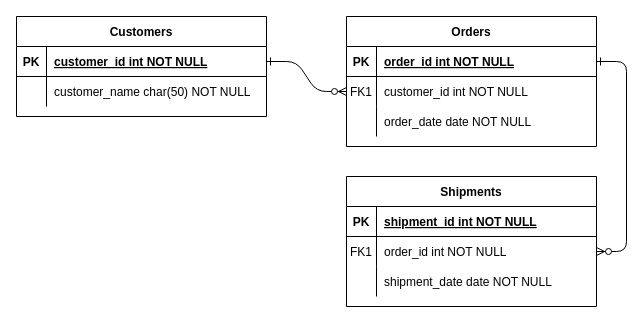
Before: Diagrama sin título.drawio in kiloZ333/kiloZ333, a draw.io diagram. Source tidied: cells renumbered, new cells numbered last; positions are measured from the earlier drawing's top-left corner, leaving out a move shared by most shapes. Both pictures are drawn from the tidied source at 100%, with x=0, y=0 at pixel (16, 16).
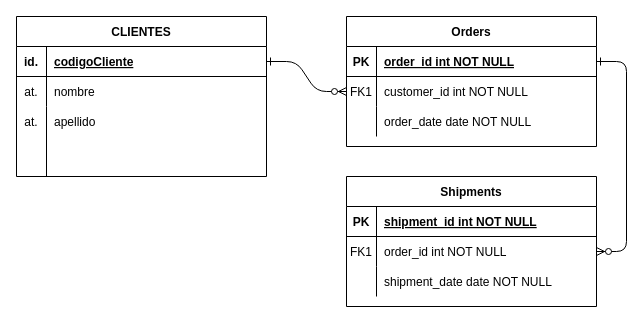
The same diagram, later.

Commit message:
Diagrama ENTIDAD-RELACION FACOMAS.drawio

The change refers to these unchanged cells:
```xml
<mxCell id="25" style="shape=partialRectangle;fillColor=none;points=[[0,0.5],[1,0.5]];portConstraint=eastwest;top=0;left=0;right=0;bottom=1;" parent="24" vertex="1">
  <mxGeometry y="30" width="250" height="30" as="geometry" />
</mxCell>
<mxCell id="28" style="shape=partialRectangle;fillColor=none;top=0;left=0;right=0;bottom=0;" parent="24" vertex="1">
  <mxGeometry y="60" width="250" height="30" as="geometry" />
</mxCell>
```

Diff of the diagram source:
```diff
@@
-    <mxCell id="24" value="Customers" style="shape=table;startSize=30;childLayout=tableLayout;rowLines=0;fontStyle=1;align=center;" parent="1" vertex="1">
-      <mxGeometry width="250" height="100" as="geometry" />
+    <mxCell id="24" value="CLIENTES" style="shape=table;startSize=30;childLayout=tableLayout;rowLines=0;fontStyle=1;align=center;" parent="1" vertex="1">
+      <mxGeometry width="250" height="160" as="geometry" />
     </mxCell>
@@
-    <mxCell id="26" value="PK" style="shape=partialRectangle;overflow=hidden;fillColor=none;top=0;left=0;bottom=0;right=0;fontStyle=1;" parent="25" vertex="1">
+    <mxCell id="26" value="id." style="shape=partialRectangle;overflow=hidden;fillColor=none;top=0;left=0;bottom=0;right=0;fontStyle=1;" parent="25" vertex="1">
       <mxGeometry width="30" height="30" as="geometry" />
     </mxCell>
-    <mxCell id="27" value="customer_id int NOT NULL " style="shape=partialRectangle;overflow=hidden;fillColor=none;top=0;left=0;bottom=0;right=0;align=left;spacingLeft=6;fontStyle=5;" parent="25" vertex="1">
+    <mxCell id="27" value="codigoCliente" style="shape=partialRectangle;overflow=hidden;fillColor=none;top=0;left=0;bottom=0;right=0;align=left;spacingLeft=6;fontStyle=5;" parent="25" vertex="1">
       <mxGeometry x="30" width="220" height="30" as="geometry" />
     </mxCell>
@@
-    <mxCell id="29" style="shape=partialRectangle;overflow=hidden;fillColor=none;top=0;left=0;bottom=0;right=0;" parent="28" vertex="1">
+    <mxCell id="29" value="at." style="shape=partialRectangle;overflow=hidden;fillColor=none;top=0;left=0;bottom=0;right=0;" parent="28" vertex="1">
       <mxGeometry width="30" height="30" as="geometry" />
     </mxCell>
-    <mxCell id="30" value="customer_name char(50) NOT NULL" style="shape=partialRectangle;overflow=hidden;fillColor=none;top=0;left=0;bottom=0;right=0;align=left;spacingLeft=6;" parent="28" vertex="1">
+    <mxCell id="30" value="nombre" style="shape=partialRectangle;overflow=hidden;fillColor=none;top=0;left=0;bottom=0;right=0;align=left;spacingLeft=6;" parent="28" vertex="1">
       <mxGeometry x="30" width="220" height="30" as="geometry" />
     </mxCell>
+    <mxCell id="31" style="endArrow=none;html=1;rounded=0;" parent="1" edge="1">
+      <mxGeometry relative="1" as="geometry">
+        <mxPoint x="30" y="160" as="sourcePoint" />
+        <mxPoint x="30" y="90" as="targetPoint" />
+      </mxGeometry>
+    </mxCell>
+    <mxCell id="32" value="at." style="shape=partialRectangle;overflow=hidden;fillColor=none;top=0;left=0;bottom=0;right=0;" parent="1" vertex="1">
+      <mxGeometry y="90" width="30" height="30" as="geometry" />
+    </mxCell>
+    <mxCell id="33" value="apellido" style="shape=partialRectangle;overflow=hidden;fillColor=none;top=0;left=0;bottom=0;right=0;align=left;spacingLeft=6;" parent="1" vertex="1">
+      <mxGeometry x="30" y="90" width="220" height="30" as="geometry" />
+    </mxCell>
```
